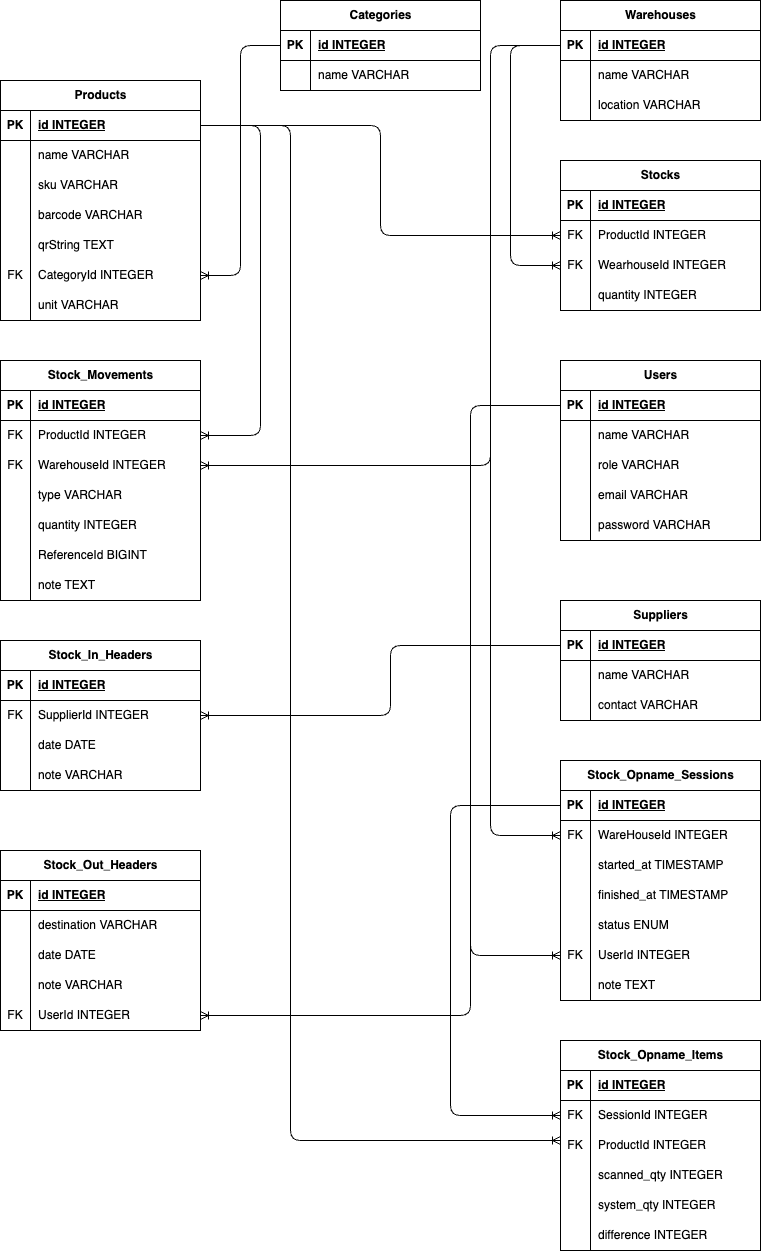
This is erd.drawio.png from sabianathallah/SaaS-_nventory-System, a draw.io export, as it was before one commit. Source tidied: cells renumbered, new cells last; positions are measured from the earlier drawing's top-left corner, leaving out a move shared by most shapes.
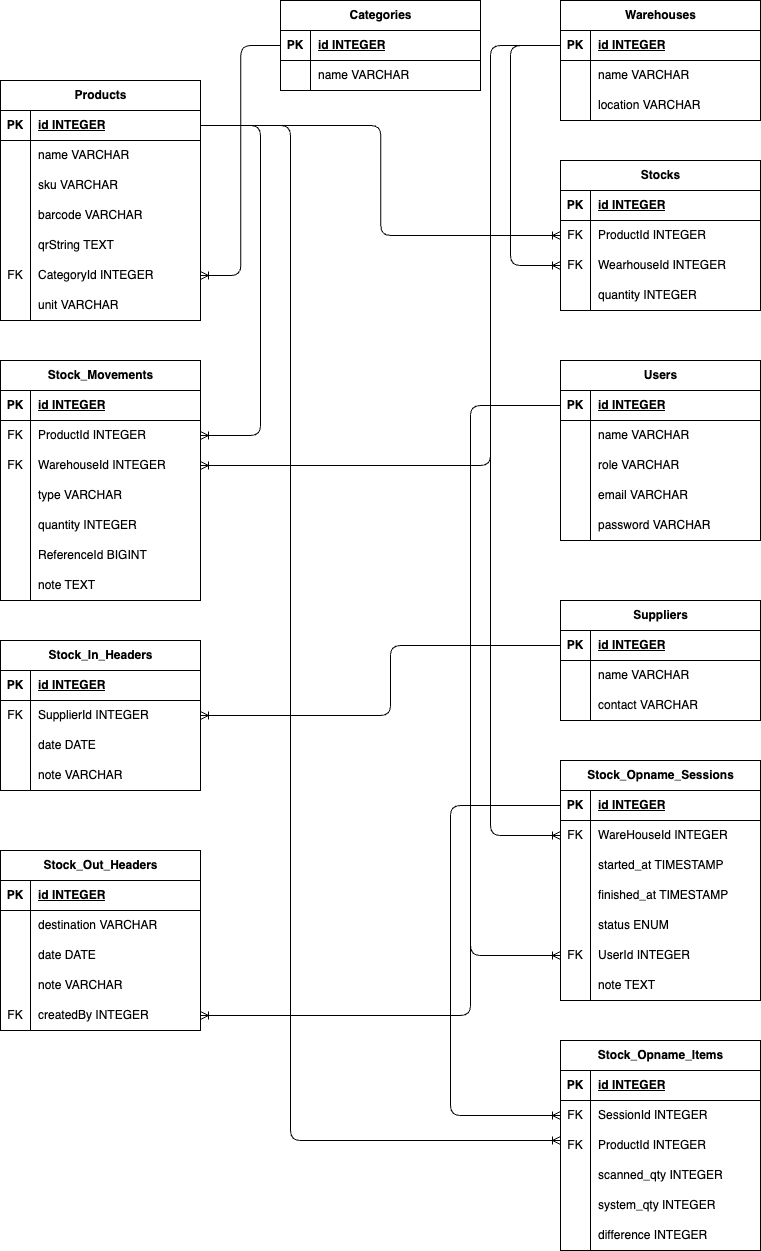
The same file after the commit.

The edit, as a diff of the source:
```diff
@@ -399,7 +399,7 @@
     <mxCell id="132" value="FK" style="shape=partialRectangle;fillColor=none;top=0;left=0;bottom=0;right=0;overflow=hidden;whiteSpace=wrap;html=1;" parent="131" vertex="1">
       <mxGeometry width="30" height="30" as="geometry" />
     </mxCell>
-    <mxCell id="133" value="UserId INTEGER" style="shape=partialRectangle;fillColor=none;top=0;left=0;bottom=0;right=0;align=left;spacingLeft=6;overflow=hidden;whiteSpace=wrap;html=1;" parent="131" vertex="1">
+    <mxCell id="133" value="createdBy INTEGER" style="shape=partialRectangle;fillColor=none;top=0;left=0;bottom=0;right=0;align=left;spacingLeft=6;overflow=hidden;whiteSpace=wrap;html=1;" parent="131" vertex="1">
       <mxGeometry x="30" width="170" height="30" as="geometry" />
     </mxCell>
     <mxCell id="134" style="edgeStyle=elbowEdgeStyle;fontSize=12;html=1;endArrow=ERoneToMany;exitX=0;exitY=0.5;exitDx=0;exitDy=0;entryX=1;entryY=0.5;entryDx=0;entryDy=0;" parent="1" edge="1" source="96" target="109">
```
